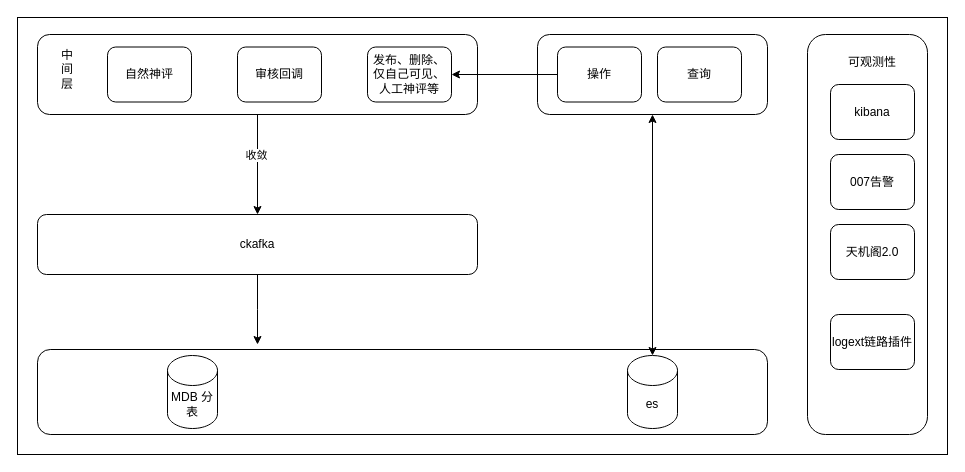
This is 评论管理后台架构图.drawio from lixiangdaqian/diagrams, a draw.io file, before an edit. Source tidied: cells renumbered, new cells numbered last; positions are measured from the earlier drawing's top-left corner, leaving out a move shared by most shapes. Both pictures are drawn from the tidied source at 100%, with x=0, y=0 at pixel (17, 17).
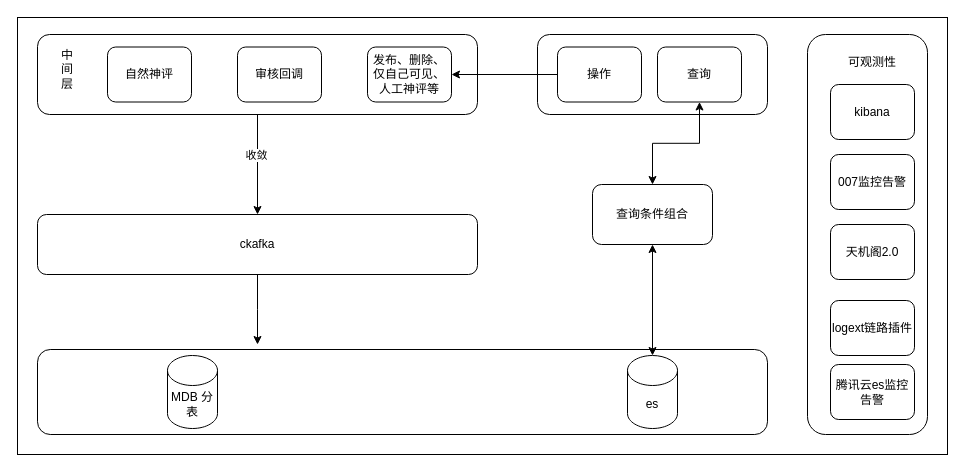
After the change.

Commit message (it also covers changes not shown here):
Update 评论管理后台架构图.drawio

Unchanged cells that the change refers to:
```xml
<mxCell id="13" value="es" style="shape=cylinder3;whiteSpace=wrap;html=1;boundedLbl=1;backgroundOutline=1;size=15;" parent="1" vertex="1">
  <mxGeometry x="610" y="338" width="50" height="73" as="geometry" />
</mxCell>
<mxCell id="16" style="rounded=1;whiteSpace=wrap;html=1;" parent="1" vertex="1">
  <mxGeometry x="520" y="17" width="230" height="80" as="geometry" />
</mxCell>
<mxCell id="17" value="查询" style="rounded=1;whiteSpace=wrap;html=1;" parent="1" vertex="1">
  <mxGeometry x="640" y="29.5" width="84" height="55" as="geometry" />
</mxCell>
```

Change to the diagram source:
```diff
@@
+    <mxCell id="26" style="edgeStyle=orthogonalEdgeStyle;rounded=0;jettySize=auto;html=1;exitX=0.5;exitY=0;exitDx=0;exitDy=0;exitPerimeter=0;startArrow=classic;startFill=1;" parent="1" edge="1" source="13" target="28">
+      <mxGeometry relative="1" as="geometry" />
+    </mxCell>
@@
-    <mxCell id="15" style="edgeStyle=orthogonalEdgeStyle;rounded=0;jettySize=auto;html=1;exitX=0.5;exitY=1;exitDx=0;exitDy=0;entryX=0.5;entryY=0;entryDx=0;entryDy=0;entryPerimeter=0;startArrow=classic;startFill=1;" parent="1" edge="1" source="16" target="13">
-      <mxGeometry relative="1" as="geometry" />
-    </mxCell>
@@
-    <mxCell id="23" value="007告警" style="rounded=1;whiteSpace=wrap;html=1;" parent="1" vertex="1">
+    <mxCell id="23" value="007监控告警" style="rounded=1;whiteSpace=wrap;html=1;" parent="1" vertex="1">
       <mxGeometry x="813" y="137" width="84" height="55" as="geometry" />
     </mxCell>
@@
     <mxCell id="25" value="logext链路插件" style="rounded=1;whiteSpace=wrap;html=1;" parent="1" vertex="1">
-      <mxGeometry x="813" y="297" width="84" height="55" as="geometry" />
+      <mxGeometry x="813" y="283" width="84" height="55" as="geometry" />
     </mxCell>
+    <mxCell id="27" style="edgeStyle=orthogonalEdgeStyle;rounded=0;jettySize=auto;html=1;entryX=0.5;entryY=1;entryDx=0;entryDy=0;startArrow=classic;startFill=1;" parent="1" edge="1" source="28" target="17">
+      <mxGeometry relative="1" as="geometry" />
+    </mxCell>
+    <mxCell id="28" value="查询条件组合" style="rounded=1;whiteSpace=wrap;html=1;" parent="1" vertex="1">
+      <mxGeometry x="575" y="167" width="120" height="60" as="geometry" />
+    </mxCell>
+    <mxCell id="29" value="腾讯云es监控告警" style="rounded=1;whiteSpace=wrap;html=1;" parent="1" vertex="1">
+      <mxGeometry x="813" y="347" width="84" height="55" as="geometry" />
+    </mxCell>
```
